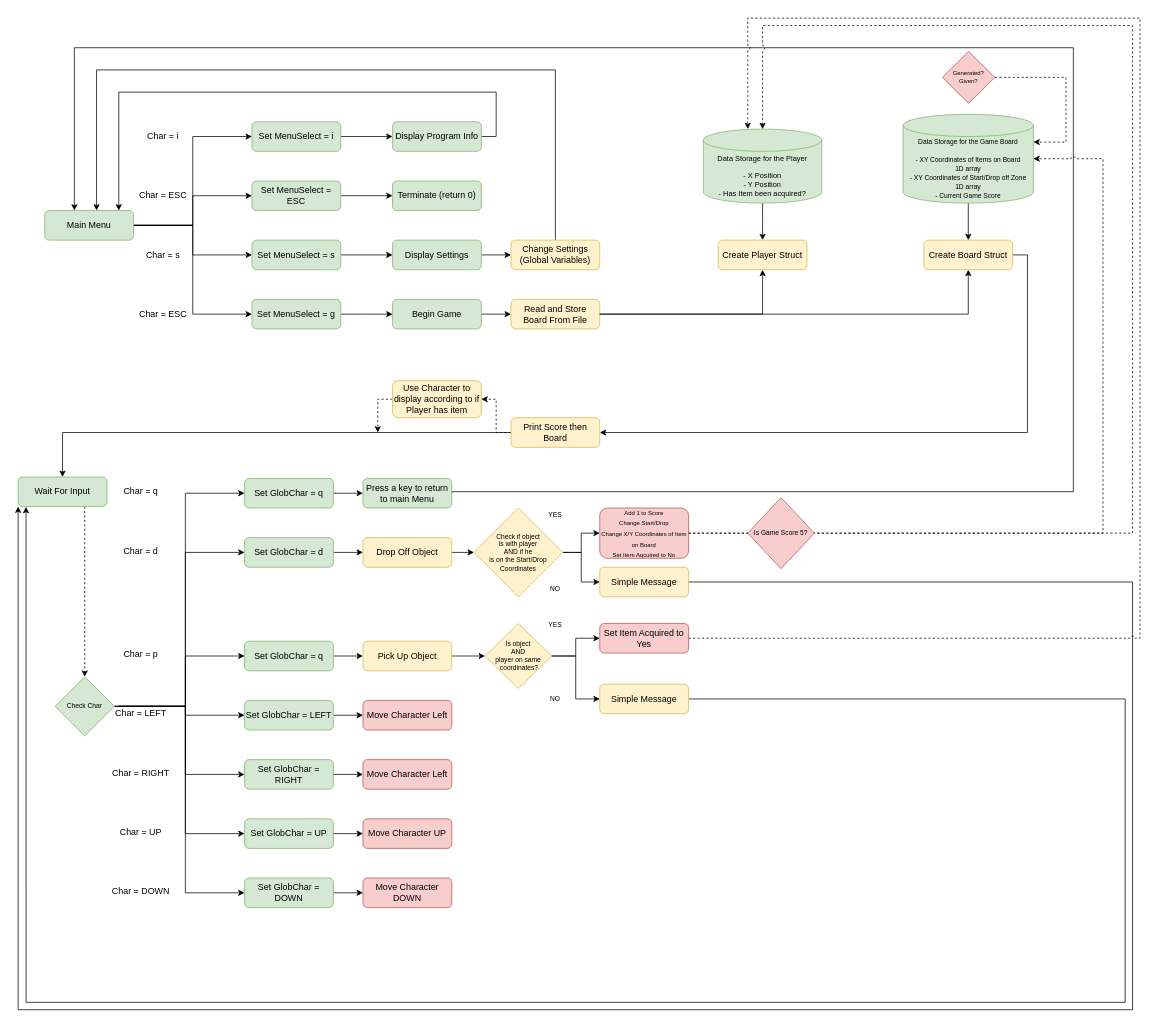
Earlier version of the draw.io diagram GameFLow.drawio (Gamme40/MazeRunner). Source tidied: cells renumbered, new cells numbered last; positions are measured from the earlier drawing's top-left corner, leaving out a move shared by most shapes. Both pictures are drawn from the tidied source at 74%, with x=0, y=0 at pixel (18, 18).
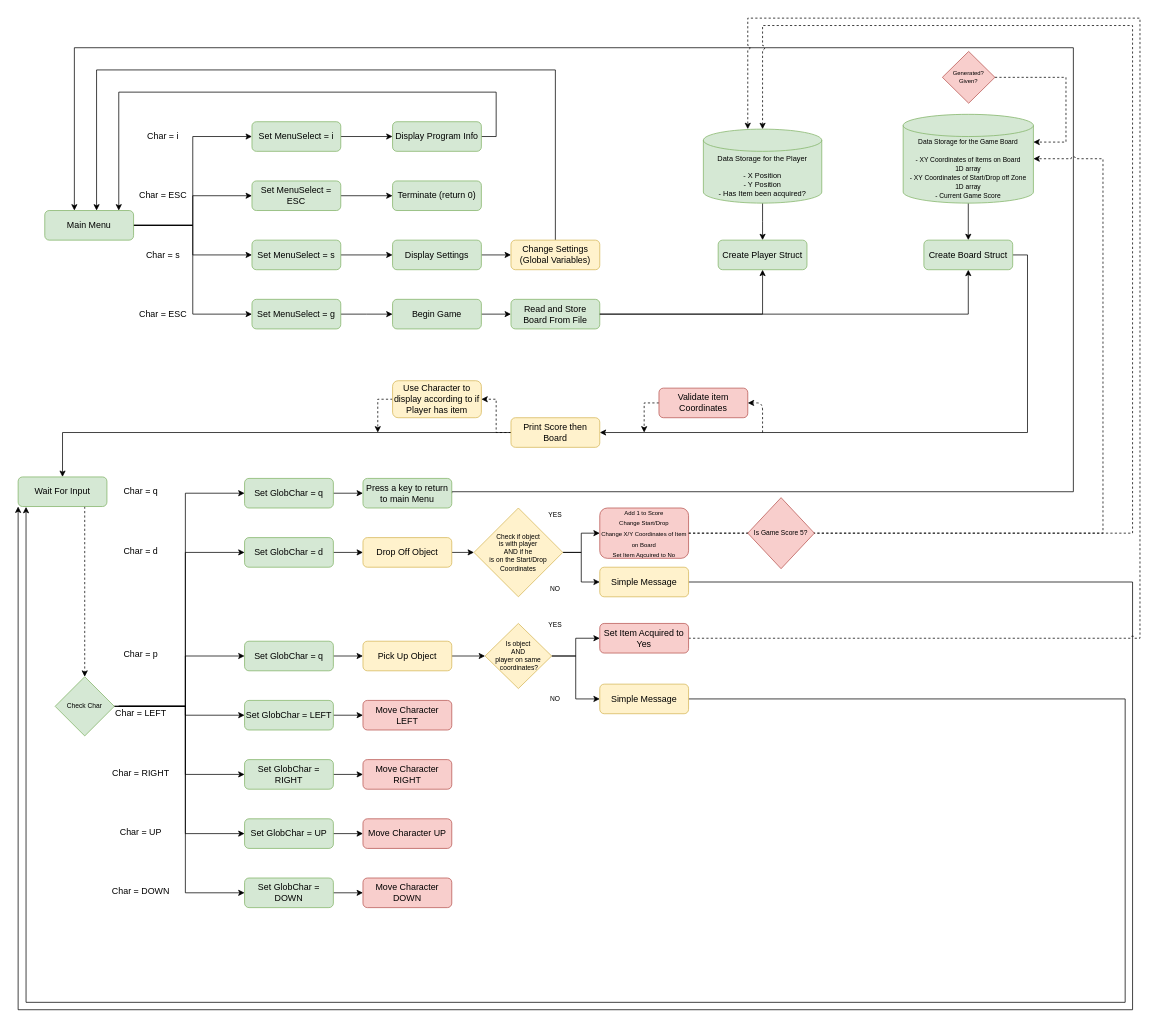
The same diagram, later.

Commit message (it also covers changes not shown here):
Generated Game Board

Change to the diagram source:
```diff
@@
-    <mxCell id="55" value="Read and Store Board From File" style="rounded=1;whiteSpace=wrap;html=1;fontSize=12;glass=0;strokeWidth=1;shadow=0;fillColor=#fff2cc;strokeColor=#d6b656;" parent="1" vertex="1">
+    <mxCell id="55" value="Read and Store Board From File" style="rounded=1;whiteSpace=wrap;html=1;fontSize=12;glass=0;strokeWidth=1;shadow=0;fillColor=#d5e8d4;strokeColor=#82b366;" parent="1" vertex="1">
       <mxGeometry x="666" y="380" width="120" height="40" as="geometry" />
     </mxCell>
@@
-    <mxCell id="67" value="Move Character Left" style="rounded=1;whiteSpace=wrap;html=1;fontSize=12;glass=0;strokeWidth=1;shadow=0;fillColor=#f8cecc;strokeColor=#b85450;" parent="1" vertex="1">
+    <mxCell id="67" value="Move Character LEFT" style="rounded=1;whiteSpace=wrap;html=1;fontSize=12;glass=0;strokeWidth=1;shadow=0;fillColor=#f8cecc;strokeColor=#b85450;" parent="1" vertex="1">
       <mxGeometry x="466" y="922" width="120" height="40" as="geometry" />
     </mxCell>
-    <mxCell id="68" value="Move Character Left" style="rounded=1;whiteSpace=wrap;html=1;fontSize=12;glass=0;strokeWidth=1;shadow=0;fillColor=#f8cecc;strokeColor=#b85450;" parent="1" vertex="1">
+    <mxCell id="68" value="Move Character RIGHT" style="rounded=1;whiteSpace=wrap;html=1;fontSize=12;glass=0;strokeWidth=1;shadow=0;fillColor=#f8cecc;strokeColor=#b85450;" parent="1" vertex="1">
       <mxGeometry x="466" y="1002" width="120" height="40" as="geometry" />
     </mxCell>
@@
-    <mxCell id="73" value="Create Player Struct" style="rounded=1;whiteSpace=wrap;html=1;fontSize=12;glass=0;strokeWidth=1;shadow=0;fillColor=#fff2cc;strokeColor=#d6b656;" parent="1" vertex="1">
+    <mxCell id="73" value="Create Player Struct" style="rounded=1;whiteSpace=wrap;html=1;fontSize=12;glass=0;strokeWidth=1;shadow=0;fillColor=#d5e8d4;strokeColor=#82b366;" parent="1" vertex="1">
       <mxGeometry x="946" y="300" width="120" height="40" as="geometry" />
     </mxCell>
@@
-    <mxCell id="77" value="Create Board Struct" style="rounded=1;whiteSpace=wrap;html=1;fontSize=12;glass=0;strokeWidth=1;shadow=0;fillColor=#fff2cc;strokeColor=#d6b656;" parent="1" vertex="1">
+    <mxCell id="77" value="Create Board Struct" style="rounded=1;whiteSpace=wrap;html=1;fontSize=12;glass=0;strokeWidth=1;shadow=0;fillColor=#d5e8d4;strokeColor=#82b366;" parent="1" vertex="1">
       <mxGeometry x="1224" y="300" width="120" height="40" as="geometry" />
     </mxCell>
@@
+    <mxCell id="106" style="edgeStyle=orthogonalEdgeStyle;rounded=0;jumpStyle=arc;jettySize=auto;html=1;exitX=0;exitY=0.5;exitDx=0;exitDy=0;dashed=1;fontSize=9;strokeColor=#000000;" parent="1" edge="1" source="107">
+      <mxGeometry relative="1" as="geometry">
+        <mxPoint x="846" y="560" as="targetPoint" />
+      </mxGeometry>
+    </mxCell>
+    <mxCell id="107" value="Validate item Coordinates" style="rounded=1;whiteSpace=wrap;html=1;fontSize=12;glass=0;strokeWidth=1;shadow=0;fillColor=#f8cecc;strokeColor=#b85450;" parent="1" vertex="1">
+      <mxGeometry x="866" y="500" width="120" height="40" as="geometry" />
+    </mxCell>
+    <mxCell id="108" style="endArrow=classic;html=1;dashed=1;fontSize=9;strokeColor=#000000;entryX=1;entryY=0.5;entryDx=0;entryDy=0;" parent="1" edge="1" target="107">
+      <mxGeometry relative="1" as="geometry">
+        <mxPoint x="1006" y="560" as="sourcePoint" />
+        <Array as="points">
+          <mxPoint x="1006" y="520" />
+        </Array>
+      </mxGeometry>
+    </mxCell>
```
